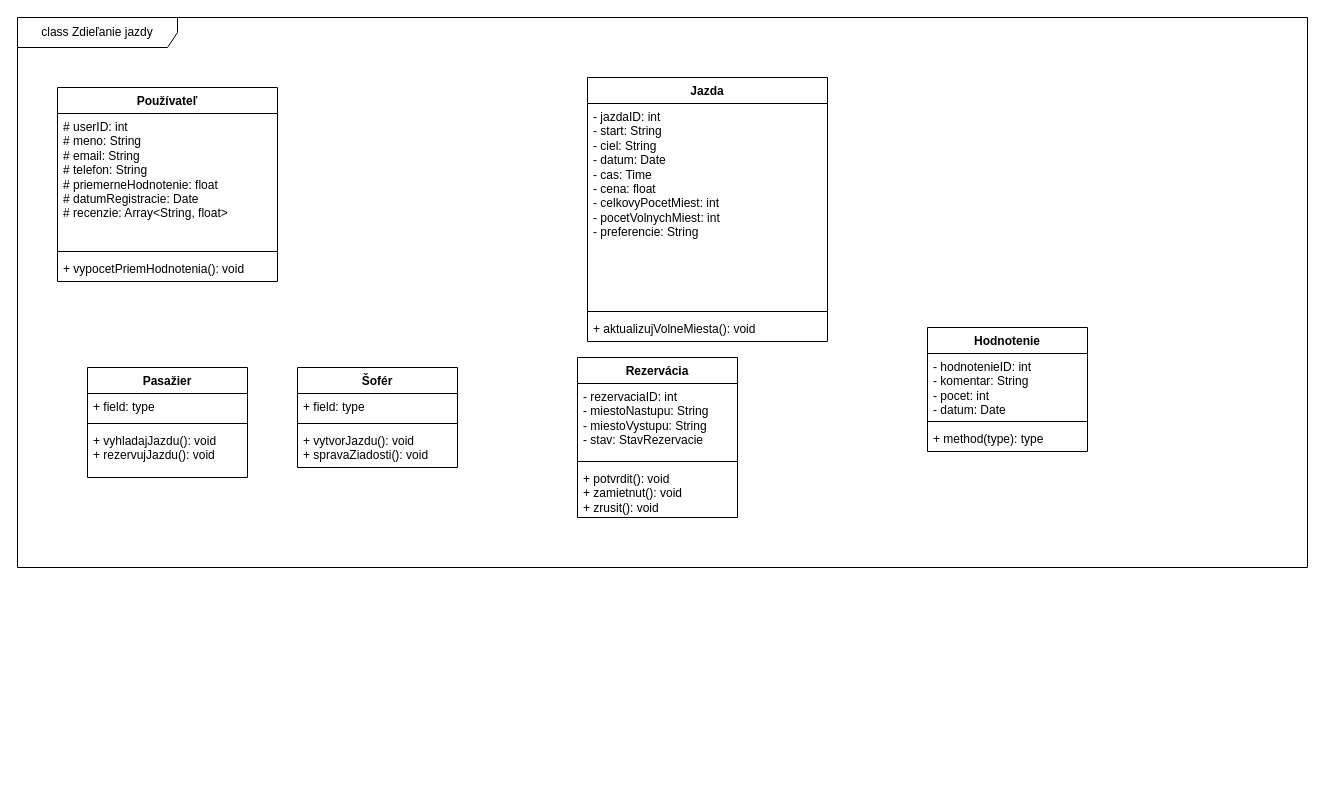
Above: semestralne-zadanie/class-diagram.drawio in samuelbagin1/swi (draw.io), before the change. Source tidied: cells renumbered, new cells numbered last; positions are measured from the earlier drawing's top-left corner, leaving out a move shared by most shapes. Both pictures are drawn from the tidied source at 100%, with x=0, y=0 at pixel (17, 17).
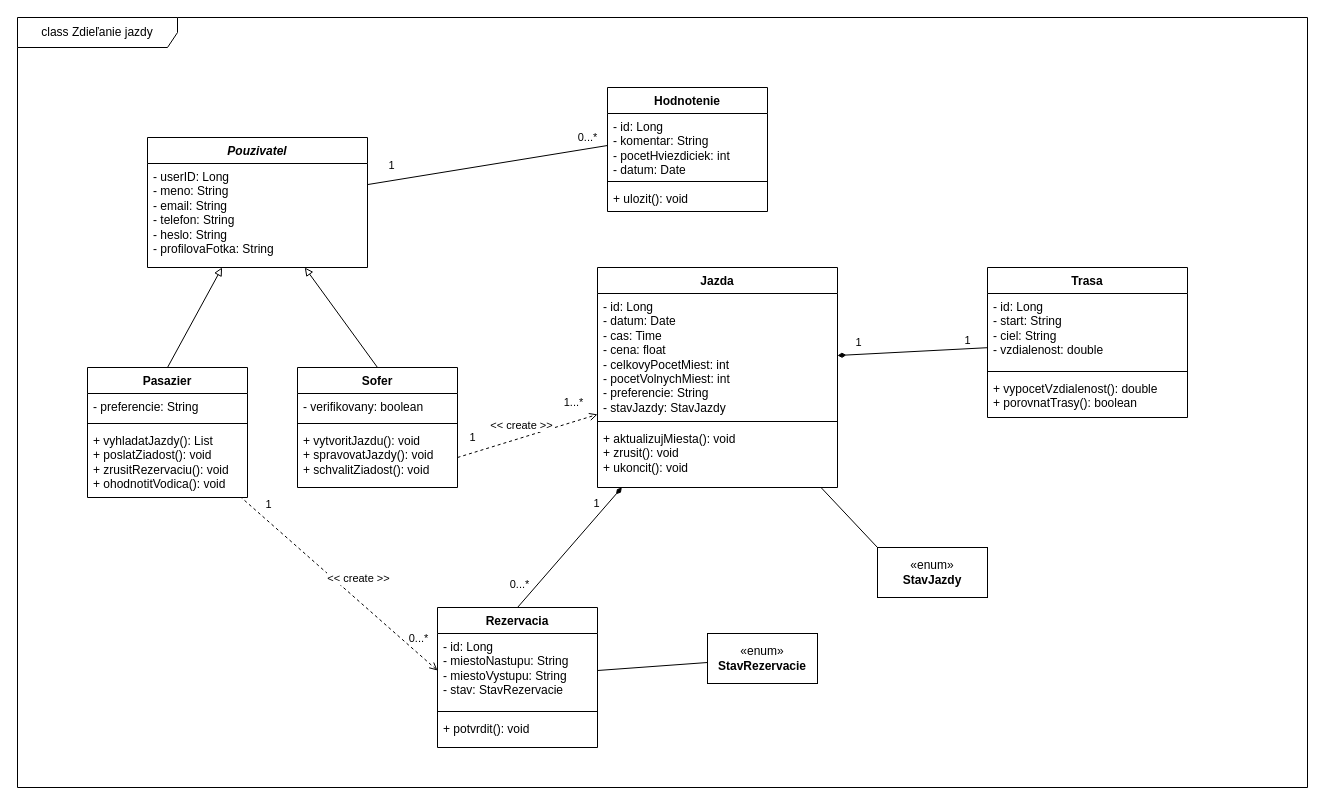
The same diagram, later.

Change to the diagram source:
```diff
@@
     <mxCell id="2" value="class Zdieľanie jazdy" style="shape=umlFrame;whiteSpace=wrap;html=1;width=160;" parent="1" vertex="1">
-      <mxGeometry width="1290" height="550" as="geometry" />
+      <mxGeometry width="1290" height="770" as="geometry" />
     </mxCell>
-    <mxCell id="3" value="Používateľ" style="swimlane;fontStyle=1;align=center;verticalAlign=top;horizontal=1;startSize=26;whiteSpace=wrap;html=1;" parent="2" vertex="1">
-      <mxGeometry x="40" y="70" width="220" height="194" as="geometry" />
+    <mxCell id="3" value="&lt;i&gt;Pouzivatel&lt;/i&gt;" style="swimlane;fontStyle=1;align=center;verticalAlign=top;horizontal=1;startSize=26;whiteSpace=wrap;html=1;" parent="2" vertex="1">
+      <mxGeometry x="130" y="120" width="220" height="130" as="geometry" />
     </mxCell>
-    <mxCell id="4" value="# userID: int&lt;div&gt;# meno: String&lt;/div&gt;&lt;div&gt;# email: String&lt;/div&gt;&lt;div&gt;# telefon: String&lt;/div&gt;&lt;div&gt;# priemerneHodnotenie: float&lt;/div&gt;&lt;div&gt;# datumRegistracie: Date&lt;/div&gt;&lt;div&gt;# recenzie: Array&amp;lt;String, float&amp;gt;&lt;/div&gt;" style="text;strokeColor=none;fillColor=none;align=left;verticalAlign=top;spacingLeft=4;spacingRight=4;overflow=hidden;whiteSpace=wrap;html=1;" parent="3" vertex="1">
-      <mxGeometry y="26" width="220" height="134" as="geometry" />
+    <mxCell id="4" value="- userID: Long&lt;div&gt;- meno: String&lt;/div&gt;&lt;div&gt;- email: String&lt;/div&gt;&lt;div&gt;- telefon: String&lt;/div&gt;&lt;div&gt;- heslo: String&lt;/div&gt;&lt;div&gt;- profilovaFotka: String&lt;/div&gt;" style="text;strokeColor=none;fillColor=none;align=left;verticalAlign=top;spacingLeft=4;spacingRight=4;overflow=hidden;whiteSpace=wrap;html=1;" parent="3" vertex="1">
+      <mxGeometry y="26" width="220" height="104" as="geometry" />
     </mxCell>
-    <mxCell id="5" style="line;strokeWidth=1;fillColor=none;align=left;verticalAlign=middle;spacingTop=-1;spacingLeft=3;spacingRight=3;labelPosition=right;strokeColor=inherit;" parent="3" vertex="1">
-      <mxGeometry y="160" width="220" height="8" as="geometry" />
-    </mxCell>
-    <mxCell id="6" value="+ vypocetPriemHodnotenia(): void" style="text;strokeColor=none;fillColor=none;align=left;verticalAlign=top;spacingLeft=4;spacingRight=4;overflow=hidden;whiteSpace=wrap;html=1;" parent="3" vertex="1">
-      <mxGeometry y="168" width="220" height="26" as="geometry" />
-    </mxCell>
     <mxCell id="7" value="Jazda" style="swimlane;fontStyle=1;align=center;verticalAlign=top;horizontal=1;startSize=26;whiteSpace=wrap;html=1;" parent="2" vertex="1">
-      <mxGeometry x="570" y="60" width="240" height="264" as="geometry" />
+      <mxGeometry x="580" y="250" width="240" height="220" as="geometry" />
     </mxCell>
-    <mxCell id="8" value="- jazdaID: int&lt;div&gt;- start: String&lt;/div&gt;&lt;div&gt;- ciel: String&lt;/div&gt;&lt;div&gt;- datum: Date&lt;/div&gt;&lt;div&gt;- cas: Time&lt;/div&gt;&lt;div&gt;- cena: float&lt;/div&gt;&lt;div&gt;- celkovyPocetMiest: int&lt;/div&gt;&lt;div&gt;- pocetVolnychMiest: int&lt;/div&gt;&lt;div&gt;- preferencie: String&lt;/div&gt;" style="text;strokeColor=none;fillColor=none;align=left;verticalAlign=top;spacingLeft=4;spacingRight=4;overflow=hidden;points=[[0,0.5],[1,0.5]];portConstraint=eastwest;whiteSpace=wrap;html=1;" parent="7" vertex="1">
-      <mxGeometry y="26" width="240" height="204" as="geometry" />
+    <mxCell id="8" value="- id: Long&lt;div&gt;- datum: Date&lt;/div&gt;&lt;div&gt;- cas: Time&lt;/div&gt;&lt;div&gt;- cena: float&lt;/div&gt;&lt;div&gt;- celkovyPocetMiest: int&lt;/div&gt;&lt;div&gt;- pocetVolnychMiest: int&lt;/div&gt;&lt;div&gt;- preferencie: String&lt;/div&gt;&lt;div&gt;- stavJazdy: StavJazdy&lt;/div&gt;" style="text;strokeColor=none;fillColor=none;align=left;verticalAlign=top;spacingLeft=4;spacingRight=4;overflow=hidden;points=[[0,0.5],[1,0.5]];portConstraint=eastwest;whiteSpace=wrap;html=1;" parent="7" vertex="1">
+      <mxGeometry y="26" width="240" height="124" as="geometry" />
     </mxCell>
     <mxCell id="9" style="line;strokeWidth=1;fillColor=none;align=left;verticalAlign=middle;spacingTop=-1;spacingLeft=3;spacingRight=3;labelPosition=right;strokeColor=inherit;" parent="7" vertex="1">
-      <mxGeometry y="230" width="240" height="8" as="geometry" />
+      <mxGeometry y="150" width="240" height="8" as="geometry" />
     </mxCell>
-    <mxCell id="10" value="+ aktualizujVolneMiesta(): void" style="text;strokeColor=none;fillColor=none;align=left;verticalAlign=top;spacingLeft=4;spacingRight=4;overflow=hidden;whiteSpace=wrap;html=1;" parent="7" vertex="1">
-      <mxGeometry y="238" width="240" height="26" as="geometry" />
+    <mxCell id="10" value="+ aktualizujMiesta(): void&lt;div&gt;+ zrusit(): void&lt;/div&gt;&lt;div&gt;+ ukoncit(): void&lt;/div&gt;" style="text;strokeColor=none;fillColor=none;align=left;verticalAlign=top;spacingLeft=4;spacingRight=4;overflow=hidden;whiteSpace=wrap;html=1;" parent="7" vertex="1">
+      <mxGeometry y="158" width="240" height="62" as="geometry" />
     </mxCell>
     <mxCell id="11" value="Hodnotenie" style="swimlane;fontStyle=1;align=center;verticalAlign=top;horizontal=1;startSize=26;whiteSpace=wrap;html=1;" parent="2" vertex="1">
-      <mxGeometry x="910" y="310" width="160" height="124" as="geometry" />
+      <mxGeometry x="590" y="70" width="160" height="124" as="geometry" />
     </mxCell>
-    <mxCell id="12" value="- hodnotenieID: int&lt;div&gt;- komentar: String&lt;/div&gt;&lt;div&gt;- pocet: int&lt;/div&gt;&lt;div&gt;- datum: Date&lt;/div&gt;" style="text;strokeColor=none;fillColor=none;align=left;verticalAlign=top;spacingLeft=4;spacingRight=4;overflow=hidden;points=[[0,0.5],[1,0.5]];portConstraint=eastwest;whiteSpace=wrap;html=1;" parent="11" vertex="1">
+    <mxCell id="12" value="- id: Long&lt;div&gt;- komentar: String&lt;/div&gt;&lt;div&gt;- pocetHviezdiciek: int&lt;/div&gt;&lt;div&gt;- datum: Date&lt;/div&gt;" style="text;strokeColor=none;fillColor=none;align=left;verticalAlign=top;spacingLeft=4;spacingRight=4;overflow=hidden;points=[[0,0.5],[1,0.5]];portConstraint=eastwest;whiteSpace=wrap;html=1;" parent="11" vertex="1">
       <mxGeometry y="26" width="160" height="64" as="geometry" />
     </mxCell>
@@
-    <mxCell id="14" value="+ method(type): type" style="text;strokeColor=none;fillColor=none;align=left;verticalAlign=top;spacingLeft=4;spacingRight=4;overflow=hidden;whiteSpace=wrap;html=1;" parent="11" vertex="1">
+    <mxCell id="14" value="+ ulozit(): void" style="text;strokeColor=none;fillColor=none;align=left;verticalAlign=top;spacingLeft=4;spacingRight=4;overflow=hidden;whiteSpace=wrap;html=1;" parent="11" vertex="1">
       <mxGeometry y="98" width="160" height="26" as="geometry" />
     </mxCell>
+    <mxCell id="27" style="rounded=0;jettySize=auto;html=1;exitX=0.5;exitY=0;exitDx=0;exitDy=0;endArrow=block;endFill=0;" parent="2" edge="1" source="15" target="3">
+      <mxGeometry relative="1" as="geometry" />
+    </mxCell>
-    <mxCell id="15" value="Pasažier" style="swimlane;fontStyle=1;align=center;verticalAlign=top;horizontal=1;startSize=26;whiteSpace=wrap;html=1;" parent="2" vertex="1">
-      <mxGeometry x="70" y="350" width="160" height="110" as="geometry" />
+    <mxCell id="15" value="Pasazier" style="swimlane;fontStyle=1;align=center;verticalAlign=top;horizontal=1;startSize=26;whiteSpace=wrap;html=1;" parent="2" vertex="1">
+      <mxGeometry x="70" y="350" width="160" height="130" as="geometry" />
     </mxCell>
-    <mxCell id="16" value="+ field: type" style="text;strokeColor=none;fillColor=none;align=left;verticalAlign=top;spacingLeft=4;spacingRight=4;overflow=hidden;whiteSpace=wrap;html=1;" parent="15" vertex="1">
+    <mxCell id="16" value="- preferencie: String" style="text;strokeColor=none;fillColor=none;align=left;verticalAlign=top;spacingLeft=4;spacingRight=4;overflow=hidden;whiteSpace=wrap;html=1;" parent="15" vertex="1">
       <mxGeometry y="26" width="160" height="26" as="geometry" />
     </mxCell>
@@
-    <mxCell id="18" value="+ vyhladajJazdu(): void&lt;div&gt;+ rezervujJazdu(): void&lt;/div&gt;" style="text;strokeColor=none;fillColor=none;align=left;verticalAlign=top;spacingLeft=4;spacingRight=4;overflow=hidden;whiteSpace=wrap;html=1;" parent="15" vertex="1">
-      <mxGeometry y="60" width="160" height="50" as="geometry" />
+    <mxCell id="18" value="+ vyhladatJazdy(): List&lt;div&gt;+ poslatZiadost(): void&lt;/div&gt;&lt;div&gt;+ zrusitRezervaciu(): void&lt;/div&gt;&lt;div&gt;+ ohodnotitVodica(): void&lt;/div&gt;" style="text;strokeColor=none;fillColor=none;align=left;verticalAlign=top;spacingLeft=4;spacingRight=4;overflow=hidden;whiteSpace=wrap;html=1;" parent="15" vertex="1">
+      <mxGeometry y="60" width="160" height="70" as="geometry" />
     </mxCell>
+    <mxCell id="28" style="rounded=0;jettySize=auto;html=1;exitX=0.5;exitY=0;exitDx=0;exitDy=0;endArrow=block;endFill=0;" parent="2" edge="1" source="19" target="3">
+      <mxGeometry relative="1" as="geometry" />
+    </mxCell>
-    <mxCell id="19" value="Šofér" style="swimlane;fontStyle=1;align=center;verticalAlign=top;horizontal=1;startSize=26;whiteSpace=wrap;html=1;" parent="2" vertex="1">
-      <mxGeometry x="280" y="350" width="160" height="100" as="geometry" />
+    <mxCell id="19" value="Sofer" style="swimlane;fontStyle=1;align=center;verticalAlign=top;horizontal=1;startSize=26;whiteSpace=wrap;html=1;" parent="2" vertex="1">
+      <mxGeometry x="280" y="350" width="160" height="120" as="geometry" />
     </mxCell>
-    <mxCell id="20" value="+ field: type" style="text;strokeColor=none;fillColor=none;align=left;verticalAlign=top;spacingLeft=4;spacingRight=4;overflow=hidden;whiteSpace=wrap;html=1;" parent="19" vertex="1">
+    <mxCell id="20" value="- verifikovany: boolean" style="text;strokeColor=none;fillColor=none;align=left;verticalAlign=top;spacingLeft=4;spacingRight=4;overflow=hidden;whiteSpace=wrap;html=1;" parent="19" vertex="1">
       <mxGeometry y="26" width="160" height="26" as="geometry" />
     </mxCell>
@@
-    <mxCell id="22" value="+ vytvorJazdu(): void&lt;div&gt;+ spravaZiadosti(): void&lt;/div&gt;" style="text;strokeColor=none;fillColor=none;align=left;verticalAlign=top;spacingLeft=4;spacingRight=4;overflow=hidden;points=[[0,0.5],[1,0.5]];portConstraint=eastwest;whiteSpace=wrap;html=1;" parent="19" vertex="1">
-      <mxGeometry y="60" width="160" height="40" as="geometry" />
+    <mxCell id="22" value="+ vytvoritJazdu(): void&lt;div&gt;+ spravovatJazdy(): void&lt;/div&gt;&lt;div&gt;+ schvalitZiadost(): void&lt;/div&gt;" style="text;strokeColor=none;fillColor=none;align=left;verticalAlign=top;spacingLeft=4;spacingRight=4;overflow=hidden;points=[[0,0.5],[1,0.5]];portConstraint=eastwest;whiteSpace=wrap;html=1;" parent="19" vertex="1">
+      <mxGeometry y="60" width="160" height="60" as="geometry" />
     </mxCell>
+    <mxCell id="29" style="rounded=0;jettySize=auto;html=1;exitX=0.5;exitY=0;exitDx=0;exitDy=0;endArrow=diamondThin;endFill=1;startArrow=none;startFill=0;" parent="2" edge="1" source="23" target="7">
+      <mxGeometry relative="1" as="geometry" />
+    </mxCell>
+    <mxCell id="30" value="1" style="edgeLabel;html=1;align=center;verticalAlign=middle;" parent="29" vertex="1">
+      <mxGeometry x="0.52" y="1" relative="1" as="geometry">
+        <mxPoint y="-13" as="offset" />
+      </mxGeometry>
+    </mxCell>
+    <mxCell id="31" value="0...*" style="edgeLabel;html=1;align=center;verticalAlign=middle;" parent="29" vertex="1">
+      <mxGeometry x="-0.62" y="1" relative="1" as="geometry">
+        <mxPoint x="-17" as="offset" />
+      </mxGeometry>
+    </mxCell>
-    <mxCell id="23" value="Rezervácia" style="swimlane;fontStyle=1;align=center;verticalAlign=top;horizontal=1;startSize=26;whiteSpace=wrap;html=1;" parent="2" vertex="1">
-      <mxGeometry x="560" y="340" width="160" height="160" as="geometry" />
+    <mxCell id="23" value="Rezervacia" style="swimlane;fontStyle=1;align=center;verticalAlign=top;horizontal=1;startSize=26;whiteSpace=wrap;html=1;" parent="2" vertex="1">
+      <mxGeometry x="420" y="590" width="160" height="140" as="geometry" />
     </mxCell>
-    <mxCell id="24" value="- rezervaciaID: int&lt;div&gt;- miestoNastupu: String&lt;/div&gt;&lt;div&gt;- miestoVystupu: String&lt;/div&gt;&lt;div&gt;- stav: StavRezervacie&lt;/div&gt;" style="text;strokeColor=none;fillColor=none;align=left;verticalAlign=top;spacingLeft=4;spacingRight=4;overflow=hidden;points=[[0,0.5],[1,0.5]];portConstraint=eastwest;whiteSpace=wrap;html=1;" parent="23" vertex="1">
+    <mxCell id="24" value="- id: Long&lt;div&gt;- miestoNastupu: String&lt;/div&gt;&lt;div&gt;- miestoVystupu: String&lt;/div&gt;&lt;div&gt;- stav: StavRezervacie&lt;/div&gt;" style="text;strokeColor=none;fillColor=none;align=left;verticalAlign=top;spacingLeft=4;spacingRight=4;overflow=hidden;points=[[0,0.5],[1,0.5]];portConstraint=eastwest;whiteSpace=wrap;html=1;" parent="23" vertex="1">
       <mxGeometry y="26" width="160" height="74" as="geometry" />
     </mxCell>
@@
-    <mxCell id="26" value="+ potvrdit(): void&lt;div&gt;+ zamietnut(): void&lt;/div&gt;&lt;div&gt;+ zrusit(): void&lt;/div&gt;" style="text;strokeColor=none;fillColor=none;align=left;verticalAlign=top;spacingLeft=4;spacingRight=4;overflow=hidden;whiteSpace=wrap;html=1;" parent="23" vertex="1">
-      <mxGeometry y="108" width="160" height="52" as="geometry" />
+    <mxCell id="26" value="+ potvrdit(): void" style="text;strokeColor=none;fillColor=none;align=left;verticalAlign=top;spacingLeft=4;spacingRight=4;overflow=hidden;whiteSpace=wrap;html=1;" parent="23" vertex="1">
+      <mxGeometry y="108" width="160" height="32" as="geometry" />
     </mxCell>
+    <mxCell id="32" style="rounded=0;jettySize=auto;html=1;exitX=0;exitY=0.5;exitDx=0;exitDy=0;endArrow=none;endFill=0;" parent="2" edge="1" source="12" target="3">
+      <mxGeometry relative="1" as="geometry" />
+    </mxCell>
+    <mxCell id="33" value="0...*" style="edgeLabel;html=1;align=center;verticalAlign=middle;" parent="32" vertex="1">
+      <mxGeometry x="-0.83" relative="1" as="geometry">
+        <mxPoint y="-12" as="offset" />
+      </mxGeometry>
+    </mxCell>
+    <mxCell id="34" value="1" style="edgeLabel;html=1;align=center;verticalAlign=middle;" parent="32" vertex="1">
+      <mxGeometry x="0.8" relative="1" as="geometry">
+        <mxPoint y="-16" as="offset" />
+      </mxGeometry>
+    </mxCell>
+    <mxCell id="35" style="rounded=0;jettySize=auto;html=1;exitX=1;exitY=0.5;exitDx=0;exitDy=0;endArrow=open;endFill=0;dashed=1;" parent="2" edge="1" source="22" target="7">
+      <mxGeometry relative="1" as="geometry" />
+    </mxCell>
+    <mxCell id="36" value="1...*" style="edgeLabel;html=1;align=center;verticalAlign=middle;" parent="35" vertex="1">
+      <mxGeometry x="0.65" y="-1" relative="1" as="geometry">
+        <mxPoint y="-21" as="offset" />
+      </mxGeometry>
+    </mxCell>
+    <mxCell id="37" value="1" style="edgeLabel;html=1;align=center;verticalAlign=middle;" parent="35" vertex="1">
+      <mxGeometry x="-0.79" y="1" relative="1" as="geometry">
+        <mxPoint y="-15" as="offset" />
+      </mxGeometry>
+    </mxCell>
+    <mxCell id="38" value="&amp;lt;&amp;lt; create &amp;gt;&amp;gt;" style="edgeLabel;html=1;align=center;verticalAlign=middle;" parent="35" vertex="1">
+      <mxGeometry x="-0.08" y="1" relative="1" as="geometry">
+        <mxPoint y="-12" as="offset" />
+      </mxGeometry>
+    </mxCell>
+    <mxCell id="39" value="«enum»&lt;br&gt;&lt;b&gt;StavRezervacie&lt;/b&gt;" style="html=1;whiteSpace=wrap;" parent="2" vertex="1">
+      <mxGeometry x="690" y="616" width="110" height="50" as="geometry" />
+    </mxCell>
+    <mxCell id="40" style="rounded=0;jettySize=auto;html=1;exitX=1;exitY=0.5;exitDx=0;exitDy=0;endArrow=none;endFill=0;" parent="2" edge="1" source="24" target="39">
+      <mxGeometry relative="1" as="geometry" />
+    </mxCell>
+    <mxCell id="41" style="rounded=0;jettySize=auto;html=1;exitX=0;exitY=0.5;exitDx=0;exitDy=0;endArrow=none;endFill=0;dashed=1;startArrow=open;startFill=0;" parent="2" edge="1" source="24" target="15">
+      <mxGeometry relative="1" as="geometry" />
+    </mxCell>
+    <mxCell id="42" value="&amp;lt;&amp;lt; create &amp;gt;&amp;gt;" style="edgeLabel;html=1;align=center;verticalAlign=middle;" parent="41" vertex="1">
+      <mxGeometry x="-0.09" y="-1" relative="1" as="geometry">
+        <mxPoint x="9" y="-13" as="offset" />
+      </mxGeometry>
+    </mxCell>
+    <mxCell id="43" value="1" style="edgeLabel;html=1;align=center;verticalAlign=middle;" parent="41" vertex="1">
+      <mxGeometry x="0.91" y="-1" relative="1" as="geometry">
+        <mxPoint x="17" as="offset" />
+      </mxGeometry>
+    </mxCell>
+    <mxCell id="44" value="0...*" style="edgeLabel;html=1;align=center;verticalAlign=middle;" parent="41" vertex="1">
+      <mxGeometry x="-0.76" y="-1" relative="1" as="geometry">
+        <mxPoint x="3" y="-11" as="offset" />
+      </mxGeometry>
+    </mxCell>
+    <mxCell id="45" value="Trasa" style="swimlane;fontStyle=1;align=center;verticalAlign=top;horizontal=1;startSize=26;whiteSpace=wrap;html=1;" parent="2" vertex="1">
+      <mxGeometry x="970" y="250" width="200" height="150" as="geometry" />
+    </mxCell>
+    <mxCell id="46" value="- id: Long&lt;div&gt;- start: String&lt;/div&gt;&lt;div&gt;- ciel: String&lt;/div&gt;&lt;div&gt;- vzdialenost: double&lt;/div&gt;" style="text;strokeColor=none;fillColor=none;align=left;verticalAlign=top;spacingLeft=4;spacingRight=4;overflow=hidden;whiteSpace=wrap;html=1;" parent="45" vertex="1">
+      <mxGeometry y="26" width="200" height="74" as="geometry" />
+    </mxCell>
+    <mxCell id="47" style="line;strokeWidth=1;fillColor=none;align=left;verticalAlign=middle;spacingTop=-1;spacingLeft=3;spacingRight=3;labelPosition=right;strokeColor=inherit;" parent="45" vertex="1">
+      <mxGeometry y="100" width="200" height="8" as="geometry" />
+    </mxCell>
+    <mxCell id="48" value="+ vypocetVzdialenost(): double&lt;div&gt;+ porovnatTrasy(): boolean&lt;/div&gt;" style="text;strokeColor=none;fillColor=none;align=left;verticalAlign=top;spacingLeft=4;spacingRight=4;overflow=hidden;whiteSpace=wrap;html=1;" parent="45" vertex="1">
+      <mxGeometry y="108" width="200" height="42" as="geometry" />
+    </mxCell>
+    <mxCell id="49" style="rounded=0;jettySize=auto;html=1;exitX=1;exitY=0.5;exitDx=0;exitDy=0;endArrow=none;endFill=0;startArrow=diamondThin;startFill=1;" parent="2" edge="1" source="8" target="45">
+      <mxGeometry relative="1" as="geometry" />
+    </mxCell>
+    <mxCell id="50" value="1" style="edgeLabel;html=1;align=center;verticalAlign=middle;" parent="49" vertex="1">
+      <mxGeometry x="-0.74" y="2" relative="1" as="geometry">
+        <mxPoint x="1" y="-10" as="offset" />
+      </mxGeometry>
+    </mxCell>
+    <mxCell id="51" value="1" style="edgeLabel;html=1;align=center;verticalAlign=middle;" parent="49" vertex="1">
+      <mxGeometry x="0.7" y="1" relative="1" as="geometry">
+        <mxPoint x="2" y="-8" as="offset" />
+      </mxGeometry>
+    </mxCell>
+    <mxCell id="52" style="rounded=0;jettySize=auto;html=1;exitX=0;exitY=0;exitDx=0;exitDy=0;endArrow=none;endFill=0;" parent="2" edge="1" source="53" target="7">
+      <mxGeometry relative="1" as="geometry" />
+    </mxCell>
+    <mxCell id="53" value="«enum»&lt;br&gt;&lt;b&gt;StavJazdy&lt;/b&gt;" style="html=1;whiteSpace=wrap;" parent="2" vertex="1">
+      <mxGeometry x="860" y="530" width="110" height="50" as="geometry" />
+    </mxCell>
```
